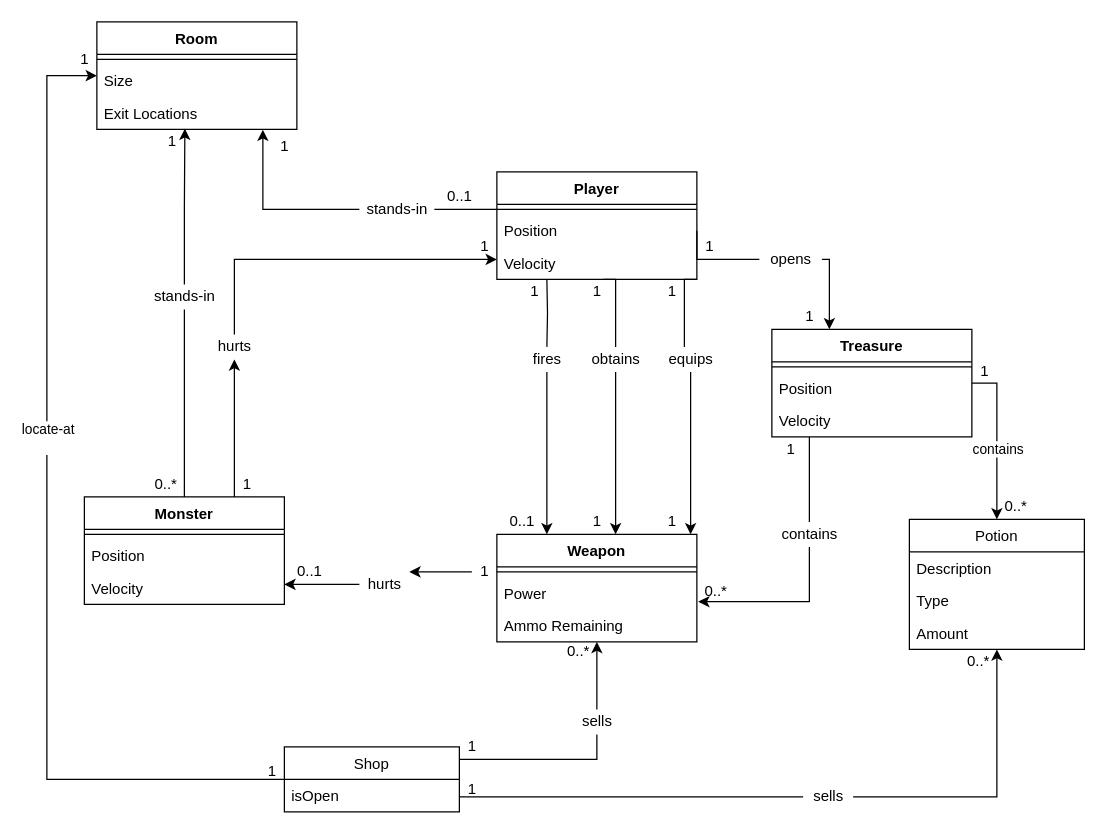
Lisa-Shi/Dungeon_Crawler keeps this draw.io diagram as page "Page-1" (1 of 3) of Diagrams/Final Diagrams/M2DomainModel.drawio. Above is the earlier version. Source tidied: cells renumbered, new cells numbered last; positions are measured from the earlier drawing's top-left corner, leaving out a move shared by most shapes. Both pictures are drawn from the tidied source at 125%, with x=0, y=0 at pixel (46, 21).
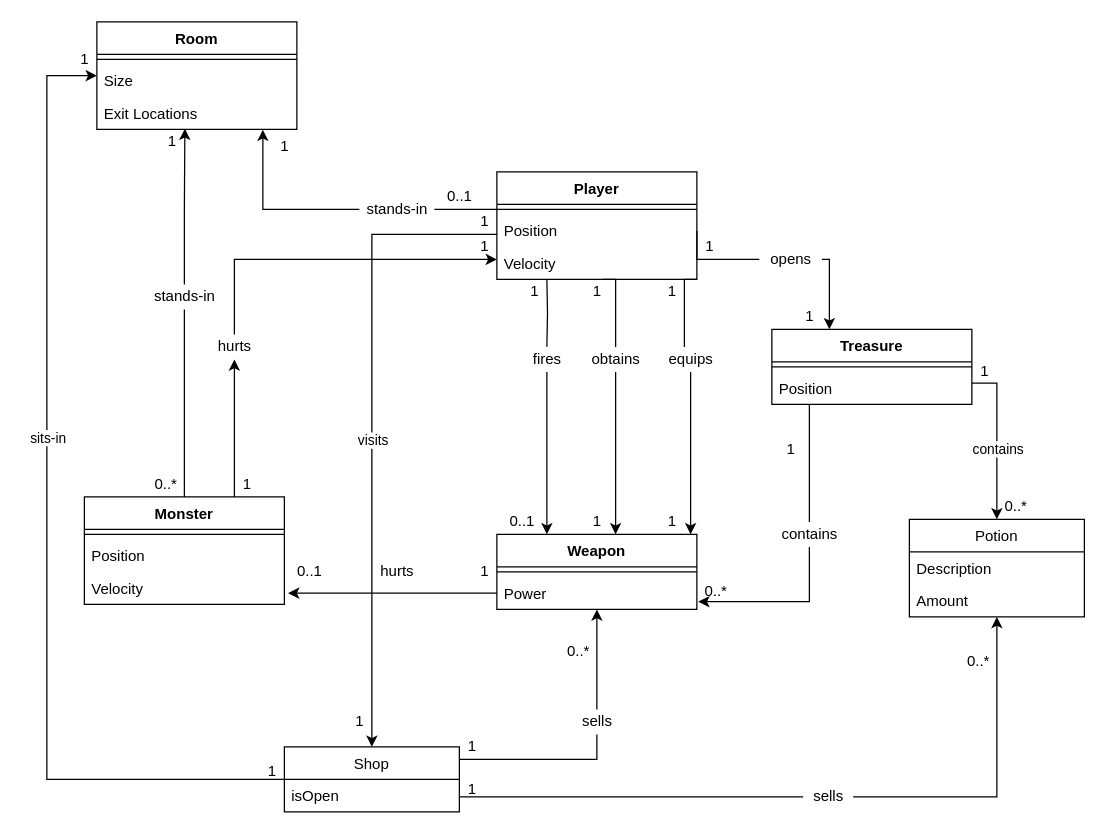
After the change.

Commit message:
Update Domain Model diagram

Unchanged cells that the change refers to:
```xml
<mxCell id="4" value="Player" style="swimlane;fontStyle=1;align=center;verticalAlign=top;horizontal=1;startSize=26;" parent="1" vertex="1">
  <mxGeometry x="360" y="120" width="160" height="86" as="geometry" />
</mxCell>
<mxCell id="10" value="Power" style="text;strokeColor=none;fillColor=none;align=left;verticalAlign=top;spacingLeft=4;spacingRight=4;overflow=hidden;points=[[0,0.5],[1,0.5]];portConstraint=eastwest;" parent="8" vertex="1">
  <mxGeometry y="34" width="160" height="26" as="geometry" />
</mxCell>
<mxCell id="29" style="edgeStyle=orthogonalEdgeStyle;rounded=0;jettySize=auto;html=1;startArrow=classic;startFill=1;endArrow=none;endFill=0;" parent="1" edge="1" source="31" target="53">
  <mxGeometry relative="1" as="geometry">
    <Array as="points">
      <mxPoint y="43" />
      <mxPoint y="606" />
    </Array>
  </mxGeometry>
</mxCell>
<mxCell id="53" value="Shop" style="swimlane;fontStyle=0;horizontal=1;startSize=26;fillColor=none;" parent="1" vertex="1">
  <mxGeometry x="190" y="580" width="140" height="52" as="geometry" />
</mxCell>
<mxCell id="68" value="1" style="text;html=1;align=center;verticalAlign=middle;points=[];" parent="1" vertex="1">
  <mxGeometry x="340" y="430" width="20" height="20" as="geometry" />
</mxCell>
```

What changed in the source:
```diff
@@
+    <mxCell id="92" style="edgeStyle=orthogonalEdgeStyle;rounded=0;jettySize=auto;html=1;entryX=0.5;entryY=0;entryDx=0;entryDy=0;" parent="1" edge="1" source="4" target="53">
+      <mxGeometry relative="1" as="geometry">
+        <Array as="points">
+          <mxPoint x="260" y="170" />
+        </Array>
+      </mxGeometry>
+    </mxCell>
+    <mxCell id="93" value="visits" style="edgeLabel;html=1;align=center;verticalAlign=middle;" parent="92" vertex="1">
+      <mxGeometry x="0.04" y="5" relative="1" as="geometry">
+        <mxPoint x="-5" y="-1" as="offset" />
+      </mxGeometry>
+    </mxCell>
@@
     <mxCell id="8" value="Weapon" style="swimlane;fontStyle=1;align=center;verticalAlign=top;horizontal=1;startSize=26;" parent="1" vertex="1">
-      <mxGeometry x="360" y="410" width="160" height="86" as="geometry" />
+      <mxGeometry x="360" y="410" width="160" height="60" as="geometry" />
     </mxCell>
@@
-    <mxCell id="11" value="Ammo Remaining" style="text;strokeColor=none;fillColor=none;align=left;verticalAlign=top;spacingLeft=4;spacingRight=4;overflow=hidden;" parent="8" vertex="1">
-      <mxGeometry y="60" width="160" height="26" as="geometry" />
-    </mxCell>
@@
     <mxCell id="22" value="Treasure" style="swimlane;fontStyle=1;align=center;verticalAlign=top;horizontal=1;startSize=26;" parent="1" vertex="1">
-      <mxGeometry x="580" y="246" width="160" height="86" as="geometry" />
+      <mxGeometry x="580" y="246" width="160" height="60" as="geometry" />
     </mxCell>
@@
-    <mxCell id="25" value="Velocity" style="text;strokeColor=none;fillColor=none;align=left;verticalAlign=top;spacingLeft=4;spacingRight=4;overflow=hidden;" parent="22" vertex="1">
-      <mxGeometry y="60" width="160" height="26" as="geometry" />
-    </mxCell>
@@
-    <mxCell id="30" value="&lt;div&gt;locate-at&lt;/div&gt;&lt;div&gt;&lt;br&gt;&lt;/div&gt;" style="edgeLabel;html=1;align=center;verticalAlign=middle;" parent="29" vertex="1">
+    <mxCell id="30" value="&lt;div&gt;sits-in&lt;/div&gt;" style="edgeLabel;html=1;align=center;verticalAlign=middle;" parent="29" vertex="1">
       <mxGeometry x="-0.02" y="-1" relative="1" as="geometry">
         <mxPoint x="1" y="-59.6" as="offset" />
       </mxGeometry>
     </mxCell>
@@
-    <mxCell id="45" style="edgeStyle=orthogonalEdgeStyle;rounded=0;jettySize=auto;html=1;" parent="1" edge="1" source="56">
-      <mxGeometry relative="1" as="geometry">
-        <mxPoint x="190" y="450" as="targetPoint" />
-        <Array as="points">
-          <mxPoint x="250" y="450" />
-          <mxPoint x="250" y="450" />
-        </Array>
-      </mxGeometry>
-    </mxCell>
@@
     <mxCell id="56" value="hurts" style="text;html=1;align=center;verticalAlign=middle;points=[];" parent="1" vertex="1">
-      <mxGeometry x="250" y="440" width="40" height="20" as="geometry" />
+      <mxGeometry x="260" y="430" width="40" height="20" as="geometry" />
     </mxCell>
-    <mxCell id="57" style="edgeStyle=orthogonalEdgeStyle;rounded=0;jettySize=auto;html=1;" parent="1" edge="1" source="68" target="56">
-      <mxGeometry relative="1" as="geometry">
-        <Array as="points">
-          <mxPoint x="360" y="450" />
-        </Array>
-      </mxGeometry>
-    </mxCell>
@@
     <mxCell id="77" value="Potion" style="swimlane;fontStyle=0;horizontal=1;startSize=26;fillColor=none;" parent="1" vertex="1">
-      <mxGeometry x="690" y="398" width="140" height="104" as="geometry" />
+      <mxGeometry x="690" y="398" width="140" height="78" as="geometry" />
     </mxCell>
@@
-    <mxCell id="79" value="Type" style="text;strokeColor=none;fillColor=none;align=left;verticalAlign=top;spacingLeft=4;spacingRight=4;overflow=hidden;" parent="77" vertex="1">
-      <mxGeometry y="52" width="140" height="26" as="geometry" />
-    </mxCell>
     <mxCell id="80" value="Amount" style="text;strokeColor=none;fillColor=none;align=left;verticalAlign=top;spacingLeft=4;spacingRight=4;overflow=hidden;" parent="77" vertex="1">
-      <mxGeometry y="78" width="140" height="26" as="geometry" />
+      <mxGeometry y="52" width="140" height="26" as="geometry" />
     </mxCell>
@@
+    <mxCell id="94" style="edgeStyle=orthogonalEdgeStyle;rounded=0;jettySize=auto;html=1;exitX=0;exitY=0.5;exitDx=0;exitDy=0;" parent="1" edge="1" source="10">
+      <mxGeometry relative="1" as="geometry">
+        <mxPoint x="193" y="457" as="targetPoint" />
+      </mxGeometry>
+    </mxCell>
+    <mxCell id="95" value="1" style="text;html=1;align=center;verticalAlign=middle;" parent="1" vertex="1">
+      <mxGeometry x="240" y="550" width="20" height="20" as="geometry" />
+    </mxCell>
+    <mxCell id="96" value="1" style="text;html=1;align=center;verticalAlign=middle;" parent="1" vertex="1">
+      <mxGeometry x="340" y="150" width="20" height="20" as="geometry" />
+    </mxCell>
```
